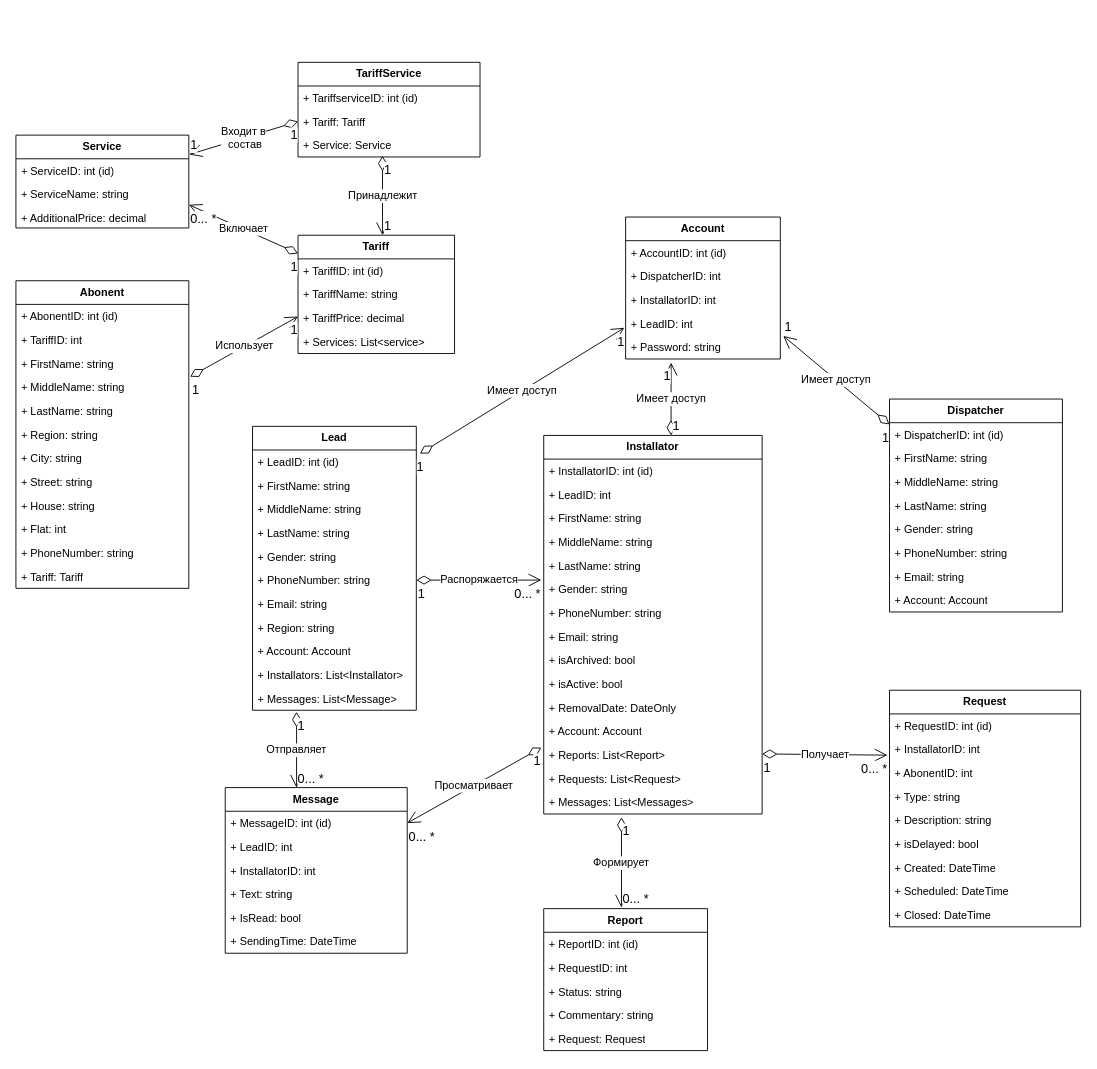
This is doc/Диаграммы/Class Diagram.drawio from LavruhinMax/Diplom, a draw.io file, before an edit. Source tidied: cells renumbered, new cells numbered last; positions are measured from the earlier drawing's top-left corner, leaving out a move shared by most shapes. Both pictures are drawn from the tidied source at 91%, with x=0, y=0 at pixel (15, 62).
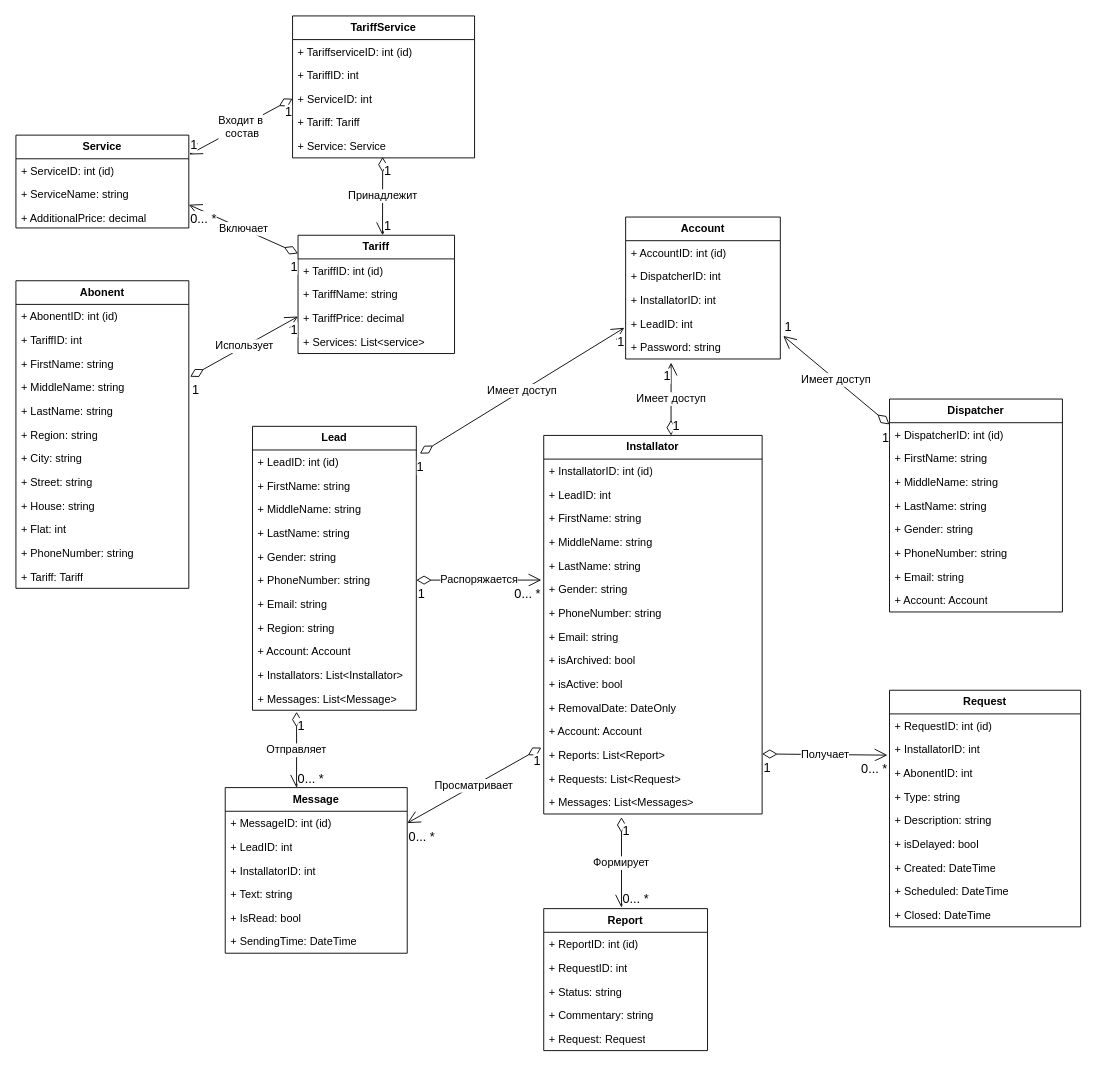
After the change.

Unchanged cells that the change refers to:
```xml
<mxCell id="81" value="Service" style="swimlane;fontStyle=1;horizontal=1;startSize=26;fillColor=none;whiteSpace=wrap;html=1;fontSize=12;" parent="1" vertex="1">
  <mxGeometry y="80" width="190" height="102" as="geometry" />
</mxCell>
<mxCell id="85" value="Tariff" style="swimlane;fontStyle=1;horizontal=1;startSize=26;fillColor=none;whiteSpace=wrap;html=1;fontSize=12;" parent="1" vertex="1">
  <mxGeometry x="310" y="190" width="172" height="130" as="geometry" />
</mxCell>
```

The edit, as a diff of the source:
```diff
@@
     <mxCell id="90" value="TariffService" style="swimlane;fontStyle=1;horizontal=1;startSize=26;fillColor=none;whiteSpace=wrap;html=1;fontSize=12;" parent="1" vertex="1">
-      <mxGeometry x="310" width="200" height="104" as="geometry" />
+      <mxGeometry x="304" y="-51" width="200" height="156" as="geometry" />
     </mxCell>
@@
+    <mxCell id="130" value="+ TariffID: int" style="text;strokeColor=none;fillColor=none;align=left;verticalAlign=top;spacingLeft=4;spacingRight=4;overflow=hidden;whiteSpace=wrap;html=1;" parent="90" vertex="1">
+      <mxGeometry y="52" width="200" height="26" as="geometry" />
+    </mxCell>
+    <mxCell id="131" value="+ ServiceID: int" style="text;strokeColor=none;fillColor=none;align=left;verticalAlign=top;spacingLeft=4;spacingRight=4;overflow=hidden;points=[[0,0.5],[1,0.5]];portConstraint=eastwest;whiteSpace=wrap;html=1;" parent="90" vertex="1">
+      <mxGeometry y="78" width="200" height="26" as="geometry" />
+    </mxCell>
     <mxCell id="92" value="+ Tariff: Tariff&amp;nbsp;" style="text;strokeColor=none;fillColor=none;align=left;verticalAlign=top;spacingLeft=4;spacingRight=4;overflow=hidden;points=[[0,0.5],[1,0.5]];portConstraint=eastwest;whiteSpace=wrap;html=1;" parent="90" vertex="1">
-      <mxGeometry y="52" width="200" height="26" as="geometry" />
+      <mxGeometry y="104" width="200" height="26" as="geometry" />
     </mxCell>
     <mxCell id="93" value="+ Service: Service" style="text;strokeColor=none;fillColor=none;align=left;verticalAlign=top;spacingLeft=4;spacingRight=4;overflow=hidden;points=[[0,0.5],[1,0.5]];portConstraint=eastwest;whiteSpace=wrap;html=1;" parent="90" vertex="1">
-      <mxGeometry y="78" width="200" height="26" as="geometry" />
+      <mxGeometry y="130" width="200" height="26" as="geometry" />
     </mxCell>
@@
-    <mxCell id="112" value="Принадлежит" style="endArrow=open;html=1;endSize=12;startArrow=diamondThin;startSize=14;startFill=0;rounded=0;fontSize=12;exitX=0.464;exitY=0.951;exitDx=0;exitDy=0;entryX=0.54;entryY=0;entryDx=0;entryDy=0;entryPerimeter=0;exitPerimeter=0;" parent="1" edge="1" source="93" target="85">
-      <mxGeometry relative="1" as="geometry" />
+    <mxCell id="112" value="Принадлежит" style="endArrow=open;html=1;endSize=12;startArrow=diamondThin;startSize=14;startFill=0;rounded=0;fontSize=12;entryX=0.54;entryY=0;entryDx=0;entryDy=0;entryPerimeter=0;" parent="1" edge="1" target="85">
+      <mxGeometry relative="1" as="geometry">
+        <mxPoint x="403" y="104" as="sourcePoint" />
+      </mxGeometry>
     </mxCell>
@@
-    <mxCell id="115" value="Входит в&lt;div&gt;&amp;nbsp;состав&lt;/div&gt;" style="endArrow=open;html=1;endSize=12;startArrow=diamondThin;startSize=14;startFill=0;rounded=0;fontSize=12;exitX=0;exitY=0.5;exitDx=0;exitDy=0;entryX=1.002;entryY=0.209;entryDx=0;entryDy=0;entryPerimeter=0;" parent="1" edge="1" source="92" target="81">
+    <mxCell id="115" value="Входит в&lt;div&gt;&amp;nbsp;состав&lt;/div&gt;" style="endArrow=open;html=1;endSize=12;startArrow=diamondThin;startSize=14;startFill=0;rounded=0;fontSize=12;exitX=0;exitY=0.5;exitDx=0;exitDy=0;entryX=1.002;entryY=0.209;entryDx=0;entryDy=0;entryPerimeter=0;" parent="1" edge="1" source="131" target="81">
       <mxGeometry relative="1" as="geometry" />
     </mxCell>
```
